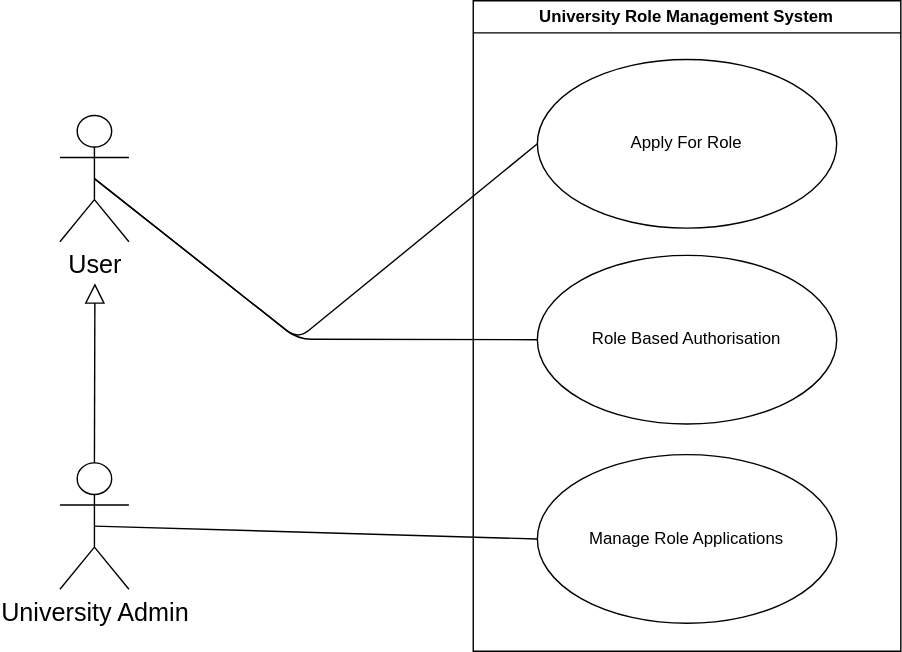
Before: docs/diagrams/requirements/University_Role.svg, a diagram exported from draw.io (COS301-SE-2026/UMTAS). Source tidied: cells renumbered, new cells last; positions are measured from the earlier drawing's top-left corner, leaving out a move shared by most shapes. The source it was exported from:
```xml
<mxGraphModel>
  <root>
    <mxCell id="0" />
    <mxCell id="1" parent="0" />
    <mxCell id="2" style="group;" parent="1" vertex="1">
      <mxGeometry width="601" height="465" as="geometry" />
    </mxCell>
    <mxCell id="3" value="&lt;font style=&quot;font-size: 18px;&quot;&gt;User&lt;/font&gt;" style="shape=umlActor;verticalLabelPosition=bottom;verticalAlign=top;html=1;outlineConnect=0;" parent="2" vertex="1">
      <mxGeometry y="82" width="49.3" height="90.3" as="geometry" />
    </mxCell>
    <mxCell id="4" value="&lt;font style=&quot;font-size: 18px;&quot;&gt;University Admin&lt;/font&gt;" style="shape=umlActor;verticalLabelPosition=bottom;verticalAlign=top;html=1;outlineConnect=0;" parent="2" vertex="1">
      <mxGeometry y="330.4" width="49.3" height="90.3" as="geometry" />
    </mxCell>
    <mxCell id="5" style="edgeStyle=none;html=1;endSize=12;endArrow=block;endFill=0;exitX=0.5;exitY=0;exitDx=0;exitDy=0;exitPerimeter=0;" parent="2" edge="1" source="4">
      <mxGeometry relative="1" as="geometry">
        <mxPoint x="25" y="202" as="targetPoint" />
      </mxGeometry>
    </mxCell>
    <mxCell id="6" value="University Role Management System" style="swimlane;whiteSpace=wrap;html=1;" parent="2" vertex="1">
      <mxGeometry x="295.4" width="305.6" height="465" as="geometry" />
    </mxCell>
    <mxCell id="7" value="Apply For Role" style="ellipse;whiteSpace=wrap;html=1;" parent="6" vertex="1">
      <mxGeometry x="45.8" y="42" width="213.9" height="120.6" as="geometry" />
    </mxCell>
    <mxCell id="8" value="Role Based Authorisation" style="ellipse;whiteSpace=wrap;html=1;" parent="6" vertex="1">
      <mxGeometry x="45.8" y="182" width="213.9" height="120.6" as="geometry" />
    </mxCell>
    <mxCell id="9" value="Manage Role Applications" style="ellipse;whiteSpace=wrap;html=1;" parent="6" vertex="1">
      <mxGeometry x="45.8" y="324.4" width="213.9" height="120.6" as="geometry" />
    </mxCell>
    <mxCell id="10" style="endArrow=none;html=1;entryX=0;entryY=0.5;entryDx=0;entryDy=0;exitX=0.5;exitY=0.5;exitDx=0;exitDy=0;exitPerimeter=0;" parent="2" edge="1" source="4" target="9">
      <mxGeometry relative="1" as="geometry" />
    </mxCell>
    <mxCell id="11" style="endArrow=none;html=1;exitX=0.5;exitY=0.5;exitDx=0;exitDy=0;exitPerimeter=0;entryX=0;entryY=0.5;entryDx=0;entryDy=0;" parent="2" edge="1" source="3" target="7">
      <mxGeometry relative="1" as="geometry">
        <Array as="points">
          <mxPoint x="170" y="242" />
        </Array>
      </mxGeometry>
    </mxCell>
    <mxCell id="12" style="endArrow=none;html=1;exitX=0.5;exitY=0.5;exitDx=0;exitDy=0;exitPerimeter=0;entryX=0;entryY=0.5;entryDx=0;entryDy=0;" parent="2" edge="1" source="3" target="8">
      <mxGeometry relative="1" as="geometry">
        <Array as="points">
          <mxPoint x="170" y="242" />
        </Array>
      </mxGeometry>
    </mxCell>
  </root>
</mxGraphModel>
```
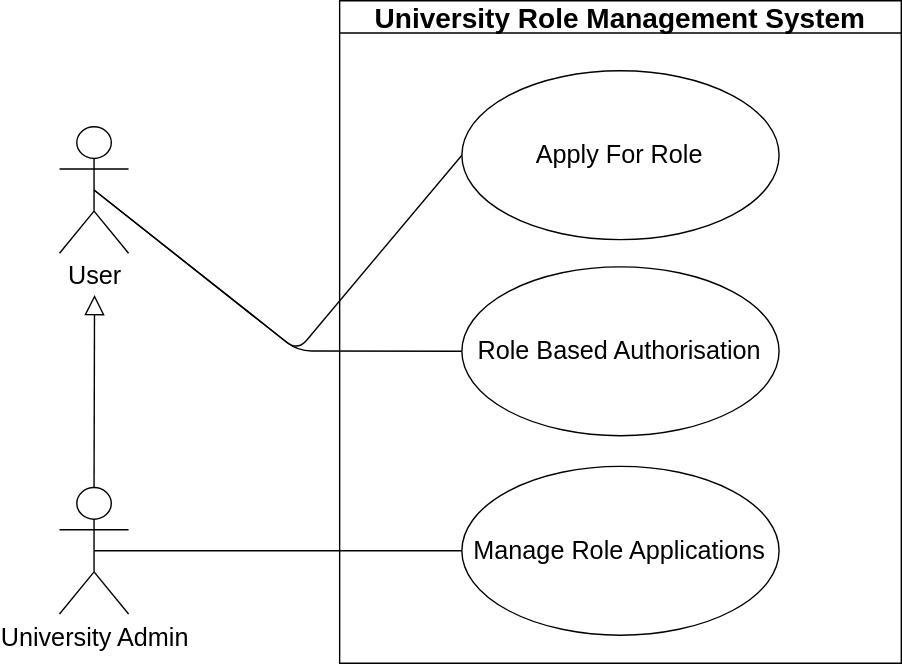
The same file after the commit.

Change to the diagram source:
```diff
@@ -2,46 +2,46 @@
   <root>
     <mxCell id="0" />
     <mxCell id="1" parent="0" />
-    <mxCell id="2" style="group;" parent="1" vertex="1">
-      <mxGeometry width="601" height="465" as="geometry" />
-    </mxCell>
+    <mxCell id="13" style="group;" parent="1" vertex="1">
+      <mxGeometry y="-8" width="601" height="473" as="geometry" />
+    </mxCell>
-    <mxCell id="3" value="&lt;font style=&quot;font-size: 18px;&quot;&gt;User&lt;/font&gt;" style="shape=umlActor;verticalLabelPosition=bottom;verticalAlign=top;html=1;outlineConnect=0;" parent="2" vertex="1">
-      <mxGeometry y="82" width="49.3" height="90.3" as="geometry" />
+    <mxCell id="3" value="&lt;font style=&quot;font-size: 18px;&quot;&gt;User&lt;/font&gt;" style="shape=umlActor;verticalLabelPosition=bottom;verticalAlign=top;html=1;outlineConnect=0;" parent="13" vertex="1">
+      <mxGeometry y="90" width="49.3" height="90.3" as="geometry" />
     </mxCell>
-    <mxCell id="4" value="&lt;font style=&quot;font-size: 18px;&quot;&gt;University Admin&lt;/font&gt;" style="shape=umlActor;verticalLabelPosition=bottom;verticalAlign=top;html=1;outlineConnect=0;" parent="2" vertex="1">
-      <mxGeometry y="330.4" width="49.3" height="90.3" as="geometry" />
+    <mxCell id="4" value="&lt;font style=&quot;font-size: 18px;&quot;&gt;University Admin&lt;/font&gt;" style="shape=umlActor;verticalLabelPosition=bottom;verticalAlign=top;html=1;outlineConnect=0;" parent="13" vertex="1">
+      <mxGeometry y="347.6" width="49.3" height="90.3" as="geometry" />
     </mxCell>
-    <mxCell id="5" style="edgeStyle=none;html=1;endSize=12;endArrow=block;endFill=0;exitX=0.5;exitY=0;exitDx=0;exitDy=0;exitPerimeter=0;" parent="2" edge="1" source="4">
+    <mxCell id="5" style="edgeStyle=none;html=1;endSize=12;endArrow=block;endFill=0;exitX=0.5;exitY=0;exitDx=0;exitDy=0;exitPerimeter=0;" parent="13" edge="1" source="4">
       <mxGeometry relative="1" as="geometry">
-        <mxPoint x="25" y="202" as="targetPoint" />
+        <mxPoint x="25" y="210" as="targetPoint" />
       </mxGeometry>
     </mxCell>
-    <mxCell id="6" value="University Role Management System" style="swimlane;whiteSpace=wrap;html=1;" parent="2" vertex="1">
-      <mxGeometry x="295.4" width="305.6" height="465" as="geometry" />
+    <mxCell id="6" value="&lt;font style=&quot;font-size: 20px;&quot;&gt;University Role Management System&lt;/font&gt;" style="swimlane;whiteSpace=wrap;html=1;" parent="13" vertex="1">
+      <mxGeometry x="200" width="401" height="473" as="geometry" />
     </mxCell>
-    <mxCell id="7" value="Apply For Role" style="ellipse;whiteSpace=wrap;html=1;" parent="6" vertex="1">
-      <mxGeometry x="45.8" y="42" width="213.9" height="120.6" as="geometry" />
+    <mxCell id="7" value="&lt;font style=&quot;font-size: 18px;&quot;&gt;Apply For Role&lt;/font&gt;" style="ellipse;whiteSpace=wrap;html=1;" parent="6" vertex="1">
+      <mxGeometry x="87.3" y="50" width="226.5" height="120.6" as="geometry" />
     </mxCell>
-    <mxCell id="8" value="Role Based Authorisation" style="ellipse;whiteSpace=wrap;html=1;" parent="6" vertex="1">
-      <mxGeometry x="45.8" y="182" width="213.9" height="120.6" as="geometry" />
+    <mxCell id="8" value="&lt;font style=&quot;font-size: 18px;&quot;&gt;Role Based Authorisation&lt;/font&gt;" style="ellipse;whiteSpace=wrap;html=1;" parent="6" vertex="1">
+      <mxGeometry x="87.3" y="190" width="226.5" height="120.6" as="geometry" />
     </mxCell>
-    <mxCell id="9" value="Manage Role Applications" style="ellipse;whiteSpace=wrap;html=1;" parent="6" vertex="1">
-      <mxGeometry x="45.8" y="324.4" width="213.9" height="120.6" as="geometry" />
+    <mxCell id="9" value="&lt;font style=&quot;font-size: 18px;&quot;&gt;Manage Role Applications&lt;/font&gt;" style="ellipse;whiteSpace=wrap;html=1;" parent="6" vertex="1">
+      <mxGeometry x="87.3" y="332.4" width="226.5" height="120.6" as="geometry" />
     </mxCell>
-    <mxCell id="10" style="endArrow=none;html=1;entryX=0;entryY=0.5;entryDx=0;entryDy=0;exitX=0.5;exitY=0.5;exitDx=0;exitDy=0;exitPerimeter=0;" parent="2" edge="1" source="4" target="9">
+    <mxCell id="10" style="endArrow=none;html=1;entryX=0;entryY=0.5;entryDx=0;entryDy=0;exitX=0.5;exitY=0.5;exitDx=0;exitDy=0;exitPerimeter=0;" parent="13" edge="1" source="4" target="9">
       <mxGeometry relative="1" as="geometry" />
     </mxCell>
-    <mxCell id="11" style="endArrow=none;html=1;exitX=0.5;exitY=0.5;exitDx=0;exitDy=0;exitPerimeter=0;entryX=0;entryY=0.5;entryDx=0;entryDy=0;" parent="2" edge="1" source="3" target="7">
+    <mxCell id="11" style="endArrow=none;html=1;exitX=0.5;exitY=0.5;exitDx=0;exitDy=0;exitPerimeter=0;entryX=0;entryY=0.5;entryDx=0;entryDy=0;" parent="13" edge="1" source="3" target="7">
       <mxGeometry relative="1" as="geometry">
         <Array as="points">
-          <mxPoint x="170" y="242" />
+          <mxPoint x="170" y="250" />
         </Array>
       </mxGeometry>
     </mxCell>
-    <mxCell id="12" style="endArrow=none;html=1;exitX=0.5;exitY=0.5;exitDx=0;exitDy=0;exitPerimeter=0;entryX=0;entryY=0.5;entryDx=0;entryDy=0;" parent="2" edge="1" source="3" target="8">
+    <mxCell id="12" style="endArrow=none;html=1;exitX=0.5;exitY=0.5;exitDx=0;exitDy=0;exitPerimeter=0;entryX=0;entryY=0.5;entryDx=0;entryDy=0;" parent="13" edge="1" source="3" target="8">
       <mxGeometry relative="1" as="geometry">
         <Array as="points">
-          <mxPoint x="170" y="242" />
+          <mxPoint x="170" y="250" />
         </Array>
       </mxGeometry>
     </mxCell>
```
